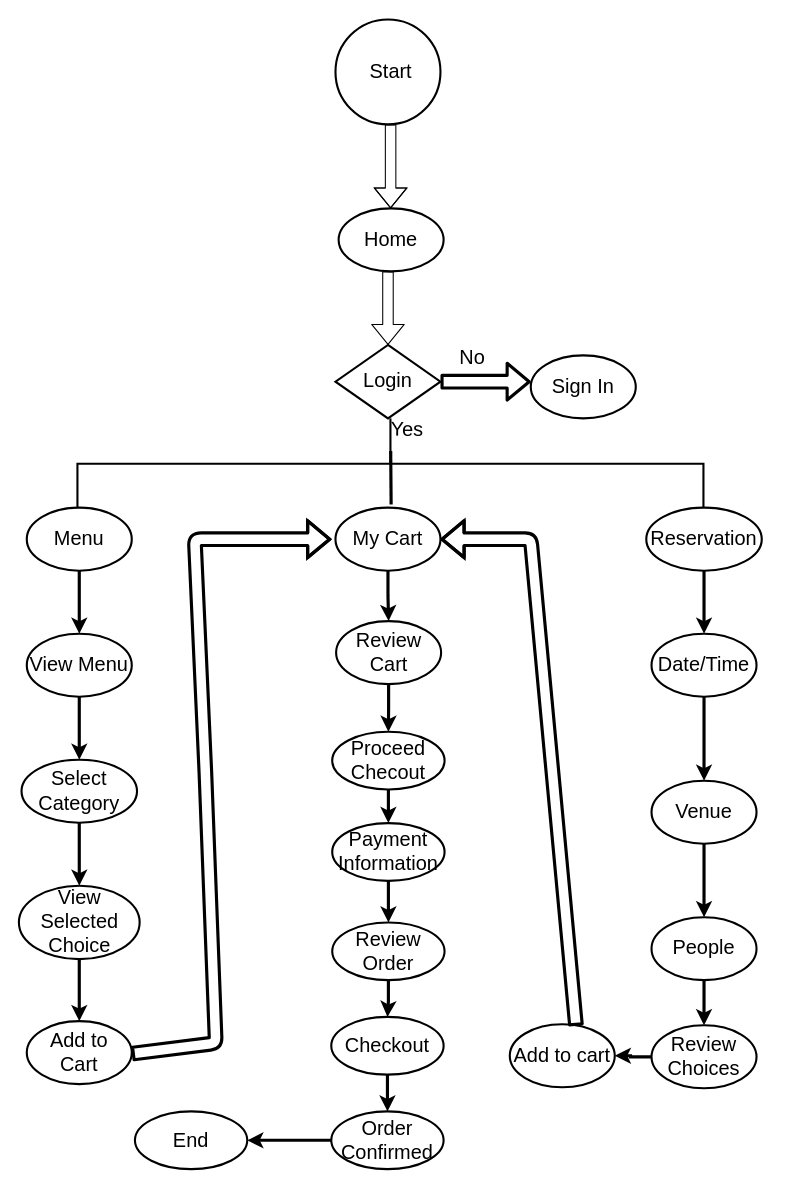
Above: Untitled Diagram.drawio in rheymel/KingROMOLO (draw.io), before the change. Source tidied: cells renumbered, new cells numbered last; positions are measured from the earlier drawing's top-left corner, leaving out a move shared by most shapes. Both pictures are drawn from the tidied source at 105%, with x=0, y=0 at pixel (18, 19).
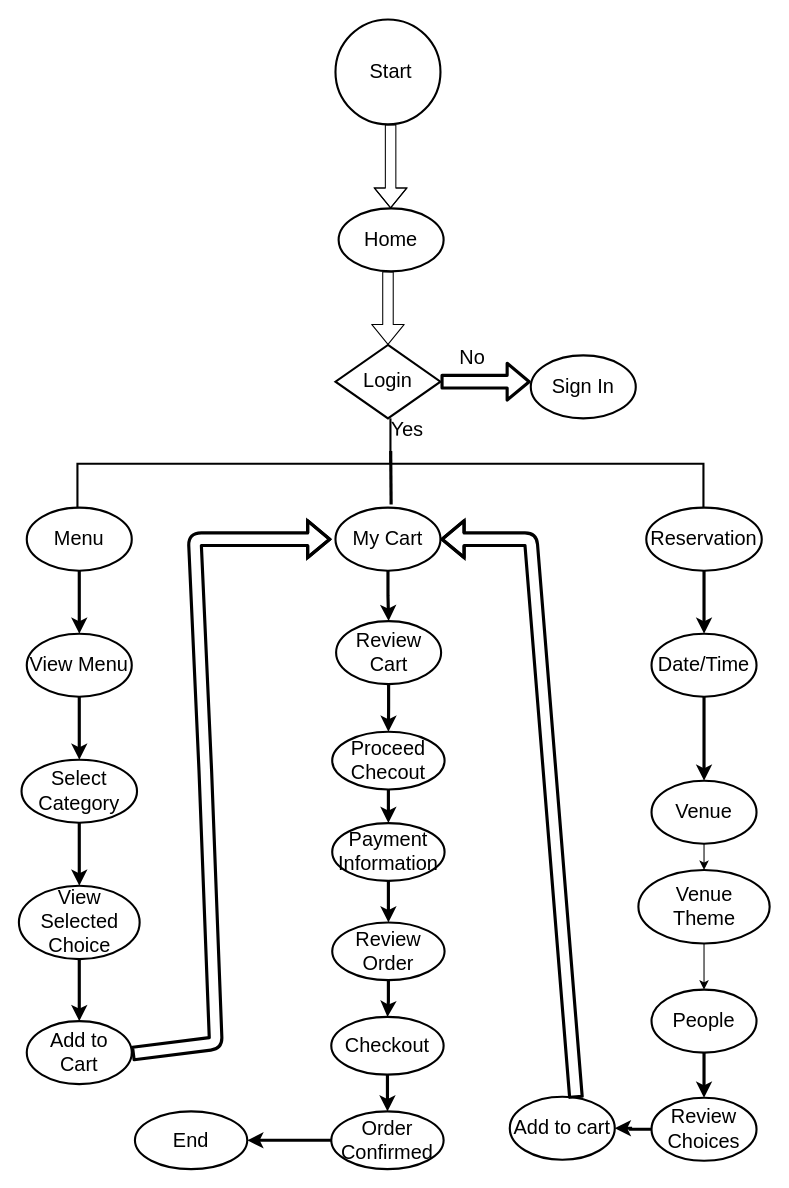
The same diagram, later.

The change refers to these unchanged cells:
```xml
<mxCell id="28" value="Venue" style="strokeWidth=2;html=1;shape=mxgraph.flowchart.start_1;whiteSpace=wrap;fontSize=19;" parent="1" vertex="1">
  <mxGeometry x="603" y="725" width="100" height="60" as="geometry" />
</mxCell>
```

The edit, as a diff of the source:
```diff
@@
-    <mxCell id="27" style="edgeStyle=orthogonalEdgeStyle;rounded=0;jettySize=auto;html=1;strokeWidth=3;fontSize=19;" parent="1" edge="1" source="28" target="30">
-      <mxGeometry relative="1" as="geometry" />
-    </mxCell>
+    <mxCell id="51" style="edgeStyle=orthogonalEdgeStyle;rounded=0;jettySize=auto;html=1;" parent="1" edge="1" source="28" target="53">
+      <mxGeometry relative="1" as="geometry" />
+    </mxCell>
@@
     <mxCell id="30" value="People" style="strokeWidth=2;html=1;shape=mxgraph.flowchart.start_1;whiteSpace=wrap;fontSize=19;" parent="1" vertex="1">
-      <mxGeometry x="603" y="855" width="100" height="60" as="geometry" />
+      <mxGeometry x="603" y="924" width="100" height="60" as="geometry" />
     </mxCell>
@@
     <mxCell id="37" value="Review Choices" style="strokeWidth=2;html=1;shape=mxgraph.flowchart.start_1;whiteSpace=wrap;fontSize=19;" parent="1" vertex="1">
-      <mxGeometry x="603" y="958" width="100" height="60" as="geometry" />
+      <mxGeometry x="603" y="1027" width="100" height="60" as="geometry" />
     </mxCell>
     <mxCell id="38" value="Add to cart" style="strokeWidth=2;html=1;shape=mxgraph.flowchart.start_1;whiteSpace=wrap;fontSize=19;" parent="1" vertex="1">
-      <mxGeometry x="468" y="957" width="100" height="60" as="geometry" />
+      <mxGeometry x="468" y="1026" width="100" height="60" as="geometry" />
     </mxCell>
@@
+    <mxCell id="52" style="edgeStyle=orthogonalEdgeStyle;rounded=0;jettySize=auto;html=1;" parent="1" edge="1" source="53" target="30">
+      <mxGeometry relative="1" as="geometry" />
+    </mxCell>
+    <mxCell id="53" value="&lt;div&gt;Venue&lt;/div&gt;&lt;div&gt;Theme&lt;br&gt;&lt;/div&gt;" style="strokeWidth=2;html=1;shape=mxgraph.flowchart.start_1;whiteSpace=wrap;fontSize=19;" parent="1" vertex="1">
+      <mxGeometry x="590.5" y="810" width="125" height="70" as="geometry" />
+    </mxCell>
```
